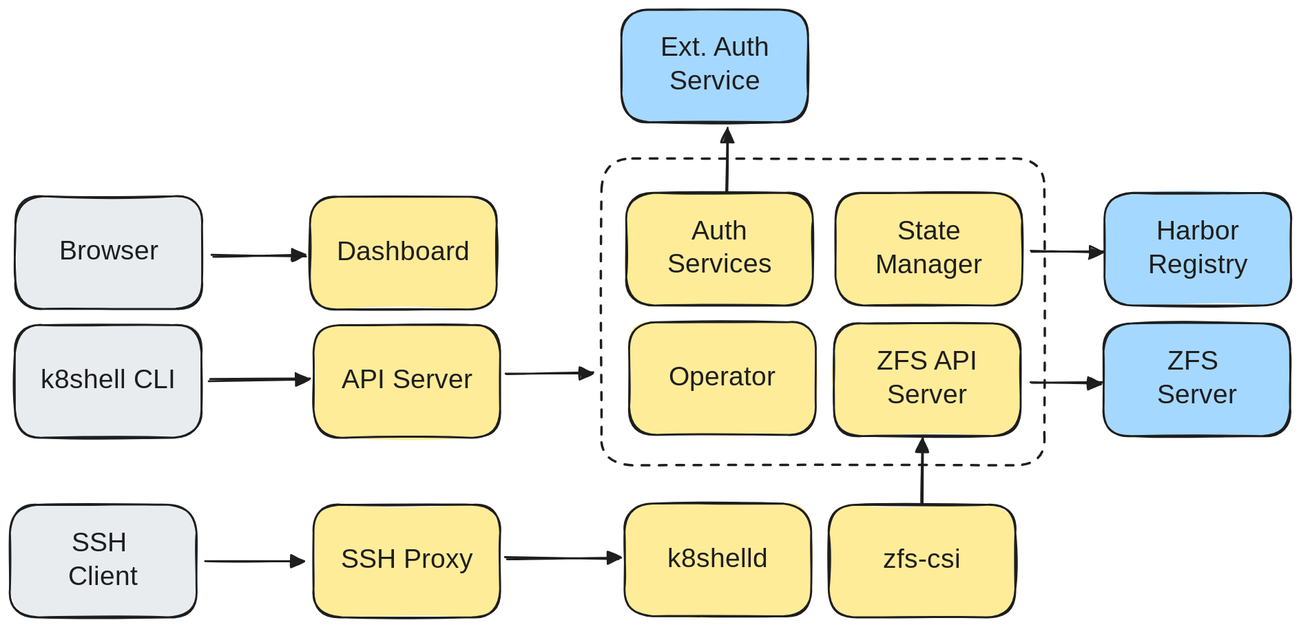
Above: drawings/architecture.excalidraw.svg in k8shell-io/docs (Excalidraw), before the change. Source tidied: one line per element, renumbered; positions are measured from the earlier drawing's top-left corner, leaving out a move shared by most shapes.
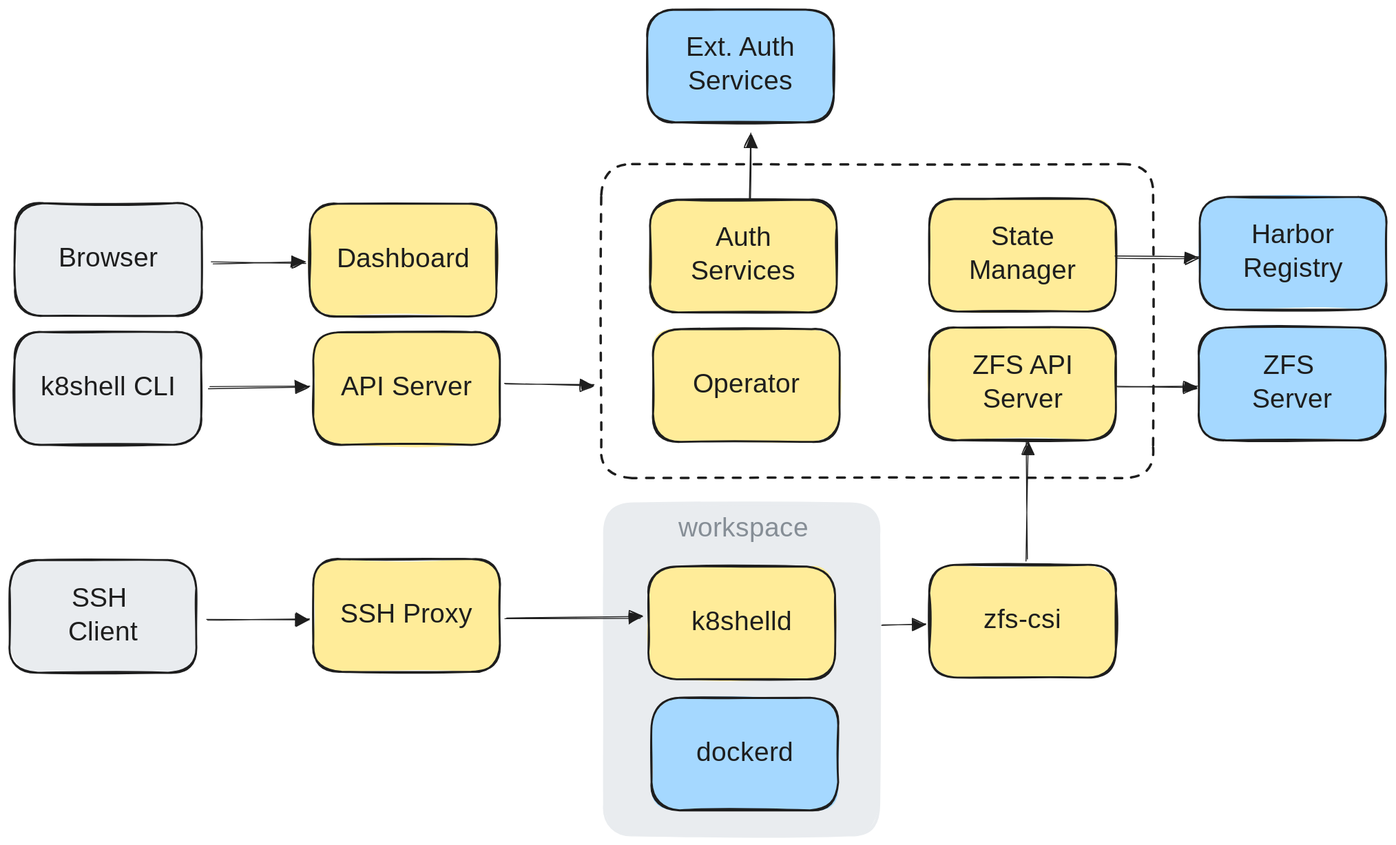
The same file after the commit.

The edit, as a diff of the source:
```diff
@@ -1,40 +1,45 @@
+{"id": 40, "type": "rectangle", "strokeColor": "#e9ecef", "backgroundColor": "#e9ecef", "fillStyle": "solid", "strokeWidth": 2, "roughness": 1, "round": true, "x": 617, "y": 513, "width": 285, "height": 344}
-{"id": 0, "type": "rectangle", "strokeColor": "#1e1e1e", "backgroundColor": "#ffec99", "fillStyle": "solid", "strokeWidth": 2, "roughness": 1, "round": true, "x": 315, "y": 514, "width": 194, "height": 117}
+{"id": 0, "type": "rectangle", "strokeColor": "#1e1e1e", "backgroundColor": "#ffec99", "fillStyle": "solid", "strokeWidth": 2, "roughness": 1, "round": true, "x": 315, "y": 571, "width": 194, "height": 117}
-{"id": 1, "type": "text", "text": "SSH Proxy", "strokeColor": "#1e1e1e", "strokeWidth": 2, "roughness": 1, "fontSize": 28, "fontFamily": 5, "textAlign": "center", "verticalAlign": "middle", "inside": 0, "x": 349, "y": 555, "width": 125, "height": 35}
+{"id": 1, "type": "text", "text": "SSH Proxy", "strokeColor": "#1e1e1e", "strokeWidth": 2, "roughness": 1, "fontSize": 28, "fontFamily": 5, "textAlign": "center", "verticalAlign": "middle", "inside": 0, "x": 349, "y": 612, "width": 125, "height": 35}
-{"id": 2, "type": "rectangle", "strokeColor": "#1e1e1e", "backgroundColor": "#ffec99", "fillStyle": "solid", "strokeWidth": 2, "roughness": 1, "round": true, "x": 639, "y": 190, "width": 194, "height": 117}
+{"id": 2, "type": "rectangle", "strokeColor": "#1e1e1e", "backgroundColor": "#ffec99", "fillStyle": "solid", "strokeWidth": 2, "roughness": 1, "round": true, "x": 664, "y": 198, "width": 194, "height": 117}
-{"id": 3, "type": "text", "text": "Auth\nServices", "strokeColor": "#1e1e1e", "strokeWidth": 2, "roughness": 1, "fontSize": 28, "fontFamily": 5, "textAlign": "center", "verticalAlign": "middle", "inside": 2, "x": 681, "y": 214, "width": 110, "height": 70}
+{"id": 3, "type": "text", "text": "Auth\nServices", "strokeColor": "#1e1e1e", "strokeWidth": 2, "roughness": 1, "fontSize": 28, "fontFamily": 5, "textAlign": "center", "verticalAlign": "middle", "inside": 2, "x": 706, "y": 222, "width": 110, "height": 70}
-{"id": 4, "type": "arrow", "strokeColor": "#1e1e1e", "strokeWidth": 2, "roughness": 1, "endArrowhead": "triangle", "round": true, "from": 0, "to": 7, "x": 514, "y": 569, "width": 119, "height": 0, "points": [[0, 0], [119, 0]]}
-{"id": 5, "type": "rectangle", "strokeColor": "#1e1e1e", "backgroundColor": "#ffec99", "fillStyle": "solid", "strokeWidth": 2, "roughness": 1, "round": true, "x": 315, "y": 328, "width": 194, "height": 117}
+{"id": 5, "type": "rectangle", "strokeColor": "#1e1e1e", "backgroundColor": "#ffec99", "fillStyle": "solid", "strokeWidth": 2, "roughness": 1, "round": true, "x": 315, "y": 336, "width": 194, "height": 117}
-{"id": 6, "type": "text", "text": "API Server", "strokeColor": "#1e1e1e", "strokeWidth": 2, "roughness": 1, "fontSize": 28, "fontFamily": 5, "textAlign": "center", "verticalAlign": "middle", "inside": 5, "x": 337, "y": 369, "width": 150, "height": 35}
+{"id": 6, "type": "text", "text": "API Server", "strokeColor": "#1e1e1e", "strokeWidth": 2, "roughness": 1, "fontSize": 28, "fontFamily": 5, "textAlign": "center", "verticalAlign": "middle", "inside": 5, "x": 337, "y": 377, "width": 150, "height": 35}
-{"id": 7, "type": "rectangle", "strokeColor": "#1e1e1e", "backgroundColor": "#ffec99", "fillStyle": "solid", "strokeWidth": 2, "roughness": 1, "round": true, "x": 638, "y": 513, "width": 194, "height": 117}
+{"id": 7, "type": "rectangle", "strokeColor": "#1e1e1e", "backgroundColor": "#ffec99", "fillStyle": "solid", "strokeWidth": 2, "roughness": 1, "round": true, "x": 663, "y": 579, "width": 194, "height": 117}
-{"id": 8, "type": "text", "text": "k8shelld", "strokeColor": "#1e1e1e", "strokeWidth": 2, "roughness": 1, "fontSize": 28, "fontFamily": 5, "textAlign": "center", "verticalAlign": "middle", "inside": 7, "x": 680, "y": 554, "width": 108, "height": 35}
+{"id": 8, "type": "text", "text": "k8shelld", "strokeColor": "#1e1e1e", "strokeWidth": 2, "roughness": 1, "fontSize": 28, "fontFamily": 5, "textAlign": "center", "verticalAlign": "middle", "inside": 7, "x": 705, "y": 620, "width": 108, "height": 35}
-{"id": 9, "type": "rectangle", "strokeColor": "#1e1e1e", "backgroundColor": "#ffec99", "fillStyle": "solid", "strokeWidth": 2, "roughness": 1, "round": true, "x": 642, "y": 324, "width": 194, "height": 117}
+{"id": 9, "type": "rectangle", "strokeColor": "#1e1e1e", "backgroundColor": "#ffec99", "fillStyle": "solid", "strokeWidth": 2, "roughness": 1, "round": true, "x": 667, "y": 332, "width": 194, "height": 117}
-{"id": 10, "type": "text", "text": "Operator", "strokeColor": "#1e1e1e", "strokeWidth": 2, "roughness": 1, "fontSize": 28, "fontFamily": 5, "textAlign": "center", "verticalAlign": "middle", "inside": 9, "x": 679, "y": 365, "width": 121, "height": 35}
+{"id": 10, "type": "text", "text": "Operator", "strokeColor": "#1e1e1e", "strokeWidth": 2, "roughness": 1, "fontSize": 28, "fontFamily": 5, "textAlign": "center", "verticalAlign": "middle", "inside": 9, "x": 704, "y": 373, "width": 121, "height": 35}
-{"id": 11, "type": "arrow", "strokeColor": "#1e1e1e", "strokeWidth": 2, "roughness": 1, "endArrowhead": "triangle", "round": true, "from": 5, "to": 21, "x": 514, "y": 377, "width": 91, "height": 1, "points": [[0, 0], [91, -1]]}
+{"id": 11, "type": "arrow", "strokeColor": "#1e1e1e", "strokeWidth": 1, "roughness": 1, "endArrowhead": "triangle", "round": true, "from": 5, "to": 21, "x": 513, "y": 388, "width": 93, "height": 2, "points": [[0, 0], [93, 2]]}
-{"id": 12, "type": "rectangle", "strokeColor": "#1e1e1e", "backgroundColor": "#ffec99", "fillStyle": "solid", "strokeWidth": 2, "roughness": 1, "round": true, "x": 849, "y": 514, "width": 194, "height": 117}
+{"id": 12, "type": "rectangle", "strokeColor": "#1e1e1e", "backgroundColor": "#ffec99", "fillStyle": "solid", "strokeWidth": 2, "roughness": 1, "round": true, "x": 954, "y": 577, "width": 194, "height": 117}
-{"id": 13, "type": "text", "text": "zfs-csi", "strokeColor": "#1e1e1e", "strokeWidth": 2, "roughness": 1, "fontSize": 28, "fontFamily": 5, "textAlign": "center", "verticalAlign": "middle", "inside": 12, "x": 900, "y": 555, "width": 93, "height": 35}
+{"id": 13, "type": "text", "text": "zfs-csi", "strokeColor": "#1e1e1e", "strokeWidth": 2, "roughness": 1, "fontSize": 28, "fontFamily": 5, "textAlign": "center", "verticalAlign": "middle", "inside": 12, "x": 1004, "y": 618, "width": 93, "height": 35}
-{"id": 14, "type": "rectangle", "strokeColor": "#1e1e1e", "backgroundColor": "#ffec99", "fillStyle": "solid", "strokeWidth": 2, "roughness": 1, "round": true, "x": 857, "y": 190, "width": 194, "height": 117}
+{"id": 14, "type": "rectangle", "strokeColor": "#1e1e1e", "backgroundColor": "#ffec99", "fillStyle": "solid", "strokeWidth": 2, "roughness": 1, "round": true, "x": 954, "y": 197, "width": 194, "height": 117}
-{"id": 15, "type": "text", "text": "State\nManager", "strokeColor": "#1e1e1e", "strokeWidth": 2, "roughness": 1, "fontSize": 28, "fontFamily": 5, "textAlign": "center", "verticalAlign": "middle", "inside": 14, "x": 898, "y": 214, "width": 111, "height": 70}
+{"id": 15, "type": "text", "text": "State\nManager", "strokeColor": "#1e1e1e", "strokeWidth": 2, "roughness": 1, "fontSize": 28, "fontFamily": 5, "textAlign": "center", "verticalAlign": "middle", "inside": 14, "x": 995, "y": 221, "width": 111, "height": 70}
-{"id": 16, "type": "rectangle", "strokeColor": "#1e1e1e", "backgroundColor": "#ffec99", "fillStyle": "solid", "strokeWidth": 2, "roughness": 1, "round": true, "x": 855, "y": 326, "width": 194, "height": 117}
+{"id": 16, "type": "rectangle", "strokeColor": "#1e1e1e", "backgroundColor": "#ffec99", "fillStyle": "solid", "strokeWidth": 2, "roughness": 1, "round": true, "x": 954, "y": 331, "width": 194, "height": 117}
-{"id": 17, "type": "text", "text": "ZFS API\nServer", "strokeColor": "#1e1e1e", "strokeWidth": 2, "roughness": 1, "fontSize": 28, "fontFamily": 5, "textAlign": "center", "verticalAlign": "middle", "inside": 16, "x": 890, "y": 349, "width": 124, "height": 70}
+{"id": 17, "type": "text", "text": "ZFS API\nServer", "strokeColor": "#1e1e1e", "strokeWidth": 2, "roughness": 1, "fontSize": 28, "fontFamily": 5, "textAlign": "center", "verticalAlign": "middle", "inside": 16, "x": 989, "y": 354, "width": 124, "height": 70}
-{"id": 18, "type": "rectangle", "strokeColor": "#1e1e1e", "backgroundColor": "#e9ecef", "fillStyle": "solid", "strokeWidth": 2, "roughness": 1, "round": true, "x": 0, "y": 514, "width": 194, "height": 117}
+{"id": 18, "type": "rectangle", "strokeColor": "#1e1e1e", "backgroundColor": "#e9ecef", "fillStyle": "solid", "strokeWidth": 2, "roughness": 1, "round": true, "x": 0, "y": 572, "width": 194, "height": 117}
-{"id": 19, "type": "text", "text": "SSH \nClient", "strokeColor": "#1e1e1e", "strokeWidth": 2, "roughness": 1, "fontSize": 28, "fontFamily": 5, "textAlign": "center", "verticalAlign": "middle", "inside": 18, "x": 59, "y": 537, "width": 76, "height": 70}
+{"id": 19, "type": "text", "text": "SSH \nClient", "strokeColor": "#1e1e1e", "strokeWidth": 2, "roughness": 1, "fontSize": 28, "fontFamily": 5, "textAlign": "center", "verticalAlign": "middle", "inside": 18, "x": 59, "y": 595, "width": 76, "height": 70}
-{"id": 20, "type": "arrow", "strokeColor": "#1e1e1e", "backgroundColor": "#e9ecef", "fillStyle": "solid", "strokeWidth": 2, "roughness": 1, "endArrowhead": "triangle", "from": 18, "to": 0, "x": 203, "y": 573, "width": 103, "height": 0, "points": [[0, 0], [103, 0]]}
-{"id": 21, "type": "rectangle", "strokeColor": "#1e1e1e", "strokeWidth": 2, "strokeStyle": "dashed", "roughness": 1, "round": true, "x": 614, "y": 155, "width": 459, "height": 319}
+{"id": 21, "type": "rectangle", "strokeColor": "#1e1e1e", "strokeWidth": 2, "strokeStyle": "dashed", "roughness": 1, "round": true, "x": 614, "y": 161, "width": 572, "height": 326}
-{"id": 22, "type": "rectangle", "strokeColor": "#1e1e1e", "backgroundColor": "#e9ecef", "fillStyle": "solid", "strokeWidth": 2, "roughness": 1, "round": true, "x": 5, "y": 327, "width": 194, "height": 117}
+{"id": 22, "type": "rectangle", "strokeColor": "#1e1e1e", "backgroundColor": "#e9ecef", "fillStyle": "solid", "strokeWidth": 2, "roughness": 1, "round": true, "x": 5, "y": 335, "width": 194, "height": 117}
-{"id": 23, "type": "text", "text": "k8shell CLI", "strokeColor": "#1e1e1e", "strokeWidth": 2, "roughness": 1, "fontSize": 28, "fontFamily": 5, "textAlign": "center", "verticalAlign": "middle", "inside": 22, "x": 27, "y": 368, "width": 151, "height": 35}
+{"id": 23, "type": "text", "text": "k8shell CLI", "strokeColor": "#1e1e1e", "strokeWidth": 2, "roughness": 1, "fontSize": 28, "fontFamily": 5, "textAlign": "center", "verticalAlign": "middle", "inside": 22, "x": 27, "y": 376, "width": 151, "height": 35}
-{"id": 24, "type": "arrow", "strokeColor": "#1e1e1e", "backgroundColor": "#ffec99", "fillStyle": "solid", "strokeWidth": 2, "roughness": 1, "endArrowhead": "triangle", "round": true, "from": 22, "to": 5, "x": 208, "y": 384, "width": 104, "height": 0, "points": [[0, 0], [104, 0]]}
+{"id": 24, "type": "arrow", "strokeColor": "#1e1e1e", "backgroundColor": "#ffec99", "fillStyle": "solid", "strokeWidth": 1, "roughness": 1, "endArrowhead": "triangle", "round": true, "from": 22, "to": 5, "x": 208, "y": 393, "width": 104, "height": 0, "points": [[0, 0], [104, 0]]}
-{"id": 25, "type": "rectangle", "strokeColor": "#1e1e1e", "backgroundColor": "#ffec99", "fillStyle": "solid", "strokeWidth": 2, "roughness": 1, "round": true, "x": 311, "y": 194, "width": 194, "height": 117}
+{"id": 25, "type": "rectangle", "strokeColor": "#1e1e1e", "backgroundColor": "#ffec99", "fillStyle": "solid", "strokeWidth": 2, "roughness": 1, "round": true, "x": 311, "y": 202, "width": 194, "height": 117}
-{"id": 26, "type": "text", "text": "Dashboard", "strokeColor": "#1e1e1e", "strokeWidth": 2, "roughness": 1, "fontSize": 28, "fontFamily": 5, "textAlign": "center", "verticalAlign": "middle", "inside": 25, "x": 335, "y": 235, "width": 146, "height": 35}
+{"id": 26, "type": "text", "text": "Dashboard", "strokeColor": "#1e1e1e", "strokeWidth": 2, "roughness": 1, "fontSize": 28, "fontFamily": 5, "textAlign": "center", "verticalAlign": "middle", "inside": 25, "x": 335, "y": 243, "width": 146, "height": 35}
-{"id": 27, "type": "rectangle", "strokeColor": "#1e1e1e", "backgroundColor": "#e9ecef", "fillStyle": "solid", "strokeWidth": 2, "roughness": 1, "round": true, "x": 6, "y": 194, "width": 194, "height": 117}
+{"id": 27, "type": "rectangle", "strokeColor": "#1e1e1e", "backgroundColor": "#e9ecef", "fillStyle": "solid", "strokeWidth": 2, "roughness": 1, "round": true, "x": 6, "y": 202, "width": 194, "height": 117}
-{"id": 28, "type": "text", "text": "Browser", "strokeColor": "#1e1e1e", "strokeWidth": 2, "roughness": 1, "fontSize": 28, "fontFamily": 5, "textAlign": "center", "verticalAlign": "middle", "inside": 27, "x": 47, "y": 235, "width": 111, "height": 35}
+{"id": 28, "type": "text", "text": "Browser", "strokeColor": "#1e1e1e", "strokeWidth": 2, "roughness": 1, "fontSize": 28, "fontFamily": 5, "textAlign": "center", "verticalAlign": "middle", "inside": 27, "x": 47, "y": 243, "width": 111, "height": 35}
-{"id": 29, "type": "arrow", "strokeColor": "#1e1e1e", "backgroundColor": "#ffec99", "fillStyle": "solid", "strokeWidth": 2, "roughness": 1, "endArrowhead": "triangle", "round": true, "from": 27, "to": 25, "x": 210, "y": 255, "width": 97, "height": 0, "points": [[0, 0], [97, 0]]}
+{"id": 29, "type": "arrow", "strokeColor": "#1e1e1e", "backgroundColor": "#ffec99", "fillStyle": "solid", "strokeWidth": 1, "roughness": 1, "endArrowhead": "triangle", "round": true, "from": 27, "to": 25, "x": 210, "y": 263, "width": 97, "height": 0, "points": [[0, 0], [97, 0]]}
-{"id": 30, "type": "arrow", "strokeColor": "#1e1e1e", "strokeWidth": 2, "roughness": 1, "endArrowhead": "triangle", "round": true, "from": 12, "to": 16, "x": 947, "y": 512, "width": 0, "height": 66, "points": [[0, 0], [0, -66]]}
-{"id": 31, "type": "rectangle", "strokeColor": "#1e1e1e", "backgroundColor": "#a5d8ff", "fillStyle": "solid", "strokeWidth": 2, "roughness": 1, "round": true, "x": 1135, "y": 326, "width": 194, "height": 117}
+{"id": 31, "type": "rectangle", "strokeColor": "#1e1e1e", "backgroundColor": "#a5d8ff", "fillStyle": "solid", "strokeWidth": 2, "roughness": 1, "round": true, "x": 1234, "y": 331, "width": 194, "height": 117}
-{"id": 32, "type": "text", "text": "ZFS \nServer", "strokeColor": "#1e1e1e", "strokeWidth": 2, "roughness": 1, "fontSize": 28, "fontFamily": 5, "textAlign": "center", "verticalAlign": "middle", "inside": 31, "x": 1189, "y": 349, "width": 85, "height": 70}
+{"id": 32, "type": "text", "text": "ZFS \nServer", "strokeColor": "#1e1e1e", "strokeWidth": 2, "roughness": 1, "fontSize": 28, "fontFamily": 5, "textAlign": "center", "verticalAlign": "middle", "inside": 31, "x": 1288, "y": 354, "width": 85, "height": 70}
-{"id": 33, "type": "arrow", "strokeColor": "#1e1e1e", "backgroundColor": "#a5d8ff", "fillStyle": "solid", "strokeWidth": 2, "roughness": 1, "endArrowhead": "triangle", "round": true, "from": 16, "to": 31, "x": 1059, "y": 387, "width": 74, "height": 0, "points": [[0, 0], [74, 0]]}
+{"id": 33, "type": "arrow", "strokeColor": "#1e1e1e", "backgroundColor": "#a5d8ff", "fillStyle": "solid", "strokeWidth": 1, "roughness": 1, "endArrowhead": "triangle", "round": true, "from": 16, "to": 31, "x": 1149, "y": 391, "width": 84, "height": 0, "points": [[0, 0], [84, 0]]}
-{"id": 34, "type": "rectangle", "strokeColor": "#1e1e1e", "backgroundColor": "#a5d8ff", "fillStyle": "solid", "strokeWidth": 2, "roughness": 1, "round": true, "x": 1136, "y": 190, "width": 194, "height": 117}
+{"id": 34, "type": "rectangle", "strokeColor": "#1e1e1e", "backgroundColor": "#a5d8ff", "fillStyle": "solid", "strokeWidth": 2, "roughness": 1, "round": true, "x": 1235, "y": 195, "width": 194, "height": 117}
-{"id": 35, "type": "text", "text": "Harbor\nRegistry", "strokeColor": "#1e1e1e", "strokeWidth": 2, "roughness": 1, "fontSize": 28, "fontFamily": 5, "textAlign": "center", "verticalAlign": "middle", "inside": 34, "x": 1175, "y": 214, "width": 115, "height": 70}
+{"id": 35, "type": "text", "text": "Harbor\nRegistry", "strokeColor": "#1e1e1e", "strokeWidth": 2, "roughness": 1, "fontSize": 28, "fontFamily": 5, "textAlign": "center", "verticalAlign": "middle", "inside": 34, "x": 1274, "y": 219, "width": 115, "height": 70}
-{"id": 36, "type": "arrow", "strokeColor": "#1e1e1e", "backgroundColor": "#a5d8ff", "fillStyle": "solid", "strokeWidth": 2, "roughness": 1, "endArrowhead": "triangle", "round": true, "from": 14, "to": 34, "x": 1059, "y": 251, "width": 76, "height": 0, "points": [[0, 0], [76, 0]]}
-{"id": 37, "type": "rectangle", "strokeColor": "#1e1e1e", "backgroundColor": "#a5d8ff", "fillStyle": "solid", "strokeWidth": 2, "roughness": 1, "round": true, "x": 634, "y": 0, "width": 194, "height": 117}
+{"id": 37, "type": "rectangle", "strokeColor": "#1e1e1e", "backgroundColor": "#a5d8ff", "fillStyle": "solid", "strokeWidth": 2, "roughness": 1, "round": true, "x": 661, "y": 1, "width": 194, "height": 117}
-{"id": 38, "type": "text", "text": "Ext. Auth\nService", "strokeColor": "#1e1e1e", "strokeWidth": 2, "roughness": 1, "fontSize": 28, "fontFamily": 5, "textAlign": "center", "verticalAlign": "middle", "inside": 37, "x": 663, "y": 23, "width": 136, "height": 70}
+{"id": 38, "type": "text", "text": "Ext. Auth\nServices", "strokeColor": "#1e1e1e", "strokeWidth": 2, "roughness": 1, "fontSize": 28, "fontFamily": 5, "textAlign": "center", "verticalAlign": "middle", "inside": 37, "x": 690, "y": 24, "width": 136, "height": 70}
-{"id": 39, "type": "arrow", "strokeColor": "#1e1e1e", "backgroundColor": "#a5d8ff", "fillStyle": "solid", "strokeWidth": 2, "roughness": 1, "endArrowhead": "triangle", "round": true, "from": 2, "to": 37, "x": 744, "y": 189, "width": 0, "height": 66, "points": [[0, 0], [0, -66]]}
+{"id": 39, "type": "arrow", "strokeColor": "#1e1e1e", "backgroundColor": "#a5d8ff", "fillStyle": "solid", "strokeWidth": 1, "roughness": 1, "endArrowhead": "triangle", "round": true, "from": 2, "to": 37, "x": 768, "y": 197, "width": 0, "height": 68, "points": [[0, 0], [0, -68]]}
+{"id": 41, "type": "rectangle", "strokeColor": "#1e1e1e", "backgroundColor": "#a5d8ff", "fillStyle": "solid", "strokeWidth": 2, "roughness": 1, "round": true, "x": 666, "y": 715, "width": 194, "height": 117}
+{"id": 42, "type": "text", "text": "dockerd", "strokeColor": "#1e1e1e", "strokeWidth": 2, "roughness": 1, "fontSize": 28, "fontFamily": 5, "textAlign": "center", "verticalAlign": "middle", "inside": 41, "x": 710, "y": 756, "width": 106, "height": 35}
+{"id": 43, "type": "arrow", "strokeColor": "#1e1e1e", "backgroundColor": "#a5d8ff", "fillStyle": "solid", "strokeWidth": 1, "roughness": 1, "endArrowhead": "triangle", "round": true, "from": 40, "to": 12, "x": 905, "y": 640, "width": 45, "height": 1, "points": [[0, 0], [45, -1]]}
+{"id": 44, "type": "arrow", "strokeColor": "#1e1e1e", "backgroundColor": "#a5d8ff", "fillStyle": "solid", "strokeWidth": 1, "roughness": 1, "endArrowhead": "triangle", "round": true, "from": 12, "to": 16, "x": 1056, "y": 572, "width": 0, "height": 124, "points": [[0, 0], [0, -124]]}
+{"id": 45, "type": "arrow", "strokeColor": "#1e1e1e", "backgroundColor": "#a5d8ff", "fillStyle": "solid", "strokeWidth": 1, "roughness": 1, "endArrowhead": "triangle", "round": true, "from": 0, "to": 7, "x": 514, "y": 632, "width": 141, "height": 0, "points": [[0, 0], [141, 0]]}
+{"id": 46, "type": "arrow", "strokeColor": "#1e1e1e", "backgroundColor": "#a5d8ff", "fillStyle": "solid", "strokeWidth": 1, "roughness": 1, "endArrowhead": "triangle", "round": true, "from": 18, "to": 0, "x": 205, "y": 634, "width": 107, "height": 0, "points": [[0, 0], [107, 0]]}
+{"id": 47, "type": "arrow", "strokeColor": "#1e1e1e", "backgroundColor": "#a5d8ff", "fillStyle": "solid", "strokeWidth": 1, "roughness": 1, "endArrowhead": "triangle", "round": true, "from": 14, "to": 34, "x": 1147, "y": 257, "width": 87, "height": 0, "points": [[0, 0], [87, 0]]}
+{"id": 48, "type": "text", "text": "workspace", "strokeColor": "#868e96", "backgroundColor": "#e9ecef", "fillStyle": "solid", "strokeWidth": 2, "roughness": 1, "fontSize": 28, "fontFamily": 5, "x": 693, "y": 523, "width": 138, "height": 35}
```
